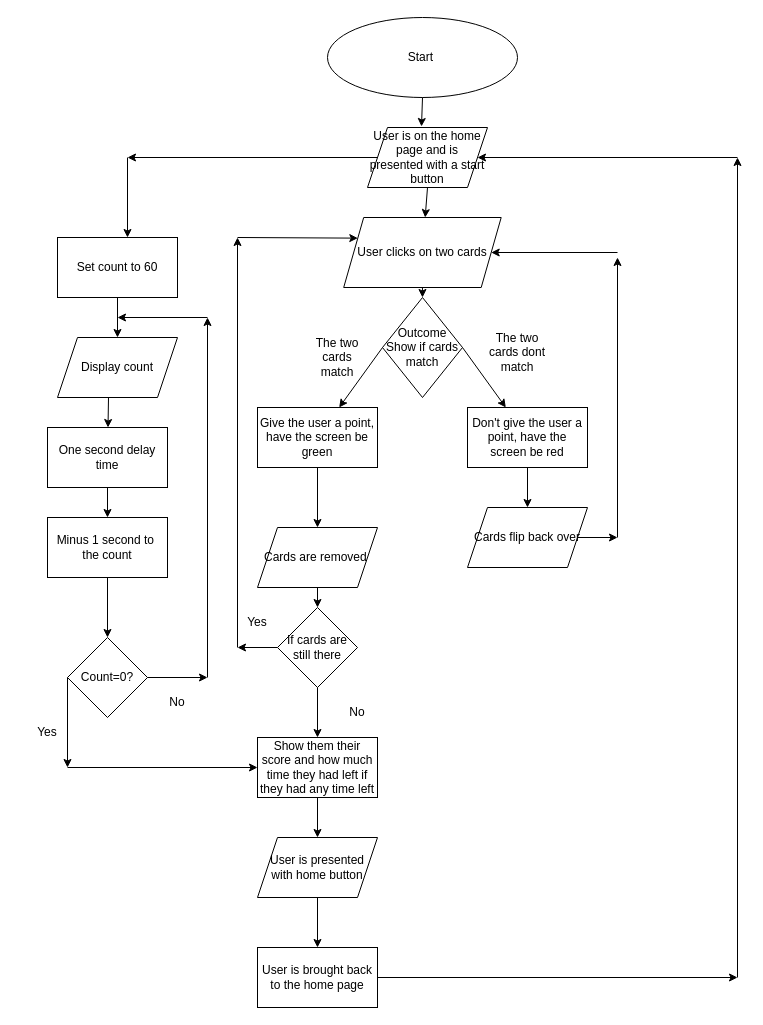
Earlier version of the draw.io diagram createtask.drawio (staten-island-tech/create-task-Ucheong). Source tidied: cells renumbered, new cells numbered last; positions are measured from the earlier drawing's top-left corner, leaving out a move shared by most shapes. Both pictures are drawn from the tidied source at 100%, with x=0, y=0 at pixel (17, 17).
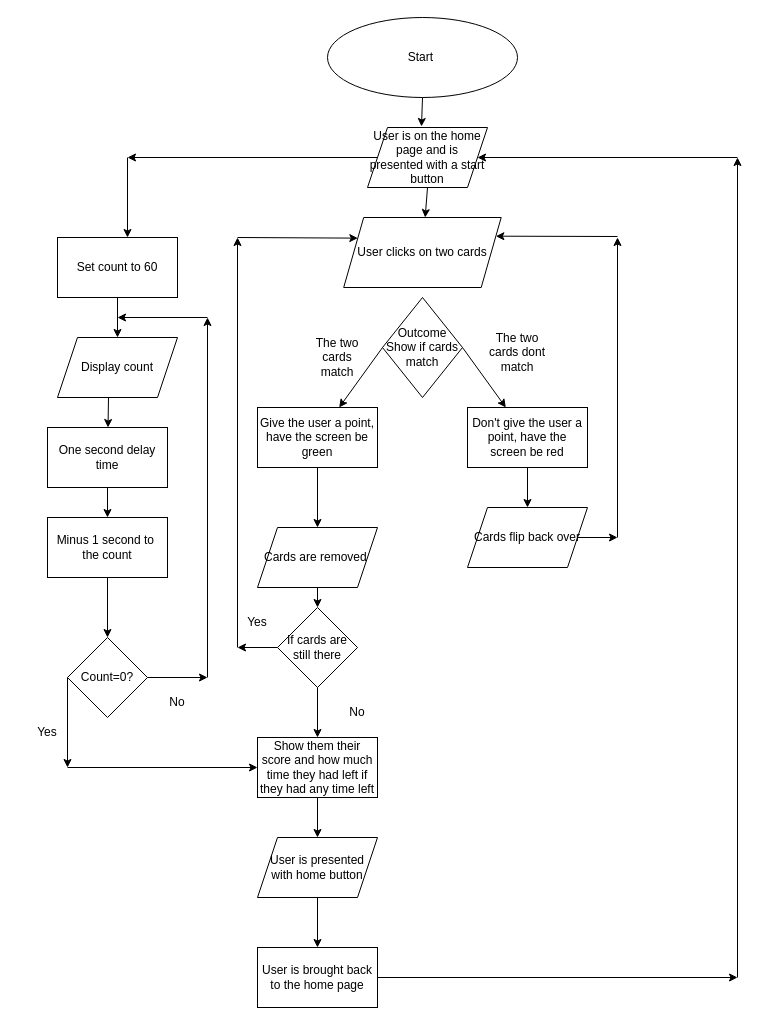
Above is the later version.

The change refers to these unchanged cells:
```xml
<mxCell id="3" value="User clicks on two cards" style="shape=parallelogram;perimeter=parallelogramPerimeter;whiteSpace=wrap;html=1;fixedSize=1;" parent="1" vertex="1">
  <mxGeometry x="326.2" y="200" width="157.5" height="70" as="geometry" />
</mxCell>
<mxCell id="4" value="Outcome&lt;br&gt;Show if cards match" style="rhombus;whiteSpace=wrap;html=1;" parent="1" vertex="1">
  <mxGeometry x="365" y="280" width="80" height="100" as="geometry" />
</mxCell>
```

Diff of the diagram source:
```diff
@@
     <mxCell id="31" style="endArrow=classic;html=1;rounded=0;" parent="1" edge="1">
       <mxGeometry relative="1" as="geometry">
         <mxPoint x="600" y="520" as="sourcePoint" />
-        <mxPoint x="600" y="240" as="targetPoint" />
+        <mxPoint x="600" y="220" as="targetPoint" />
       </mxGeometry>
     </mxCell>
-    <mxCell id="32" style="endArrow=classic;html=1;rounded=0;entryX=1;entryY=0.5;entryDx=0;entryDy=0;" parent="1" edge="1" target="3">
+    <mxCell id="32" style="endArrow=classic;html=1;rounded=0;entryX=1;entryY=0.25;entryDx=0;entryDy=0;" parent="1" edge="1" target="3">
       <mxGeometry relative="1" as="geometry">
-        <mxPoint x="600" y="235" as="sourcePoint" />
+        <mxPoint x="600" y="219" as="sourcePoint" />
       </mxGeometry>
     </mxCell>
@@
-    <mxCell id="55" style="endArrow=classic;html=1;rounded=0;exitX=0.5;exitY=1;exitDx=0;exitDy=0;entryX=0.5;entryY=0;entryDx=0;entryDy=0;" parent="1" edge="1" source="3" target="4">
-      <mxGeometry relative="1" as="geometry" />
-    </mxCell>
```
